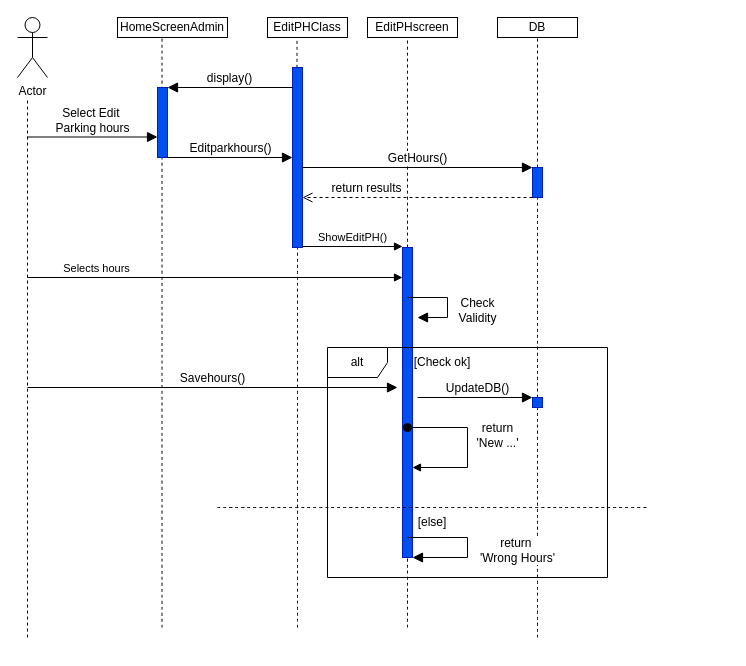
This is SEQUENCE/Edit Parking hours sequence.drawio from EliasPapagelis/Smart-Park-TL, a draw.io file, before an edit. Source tidied: cells renumbered, new cells numbered last; positions are measured from the earlier drawing's top-left corner, leaving out a move shared by most shapes. Both pictures are drawn from the tidied source at 100%, with x=0, y=0 at pixel (17, 17).
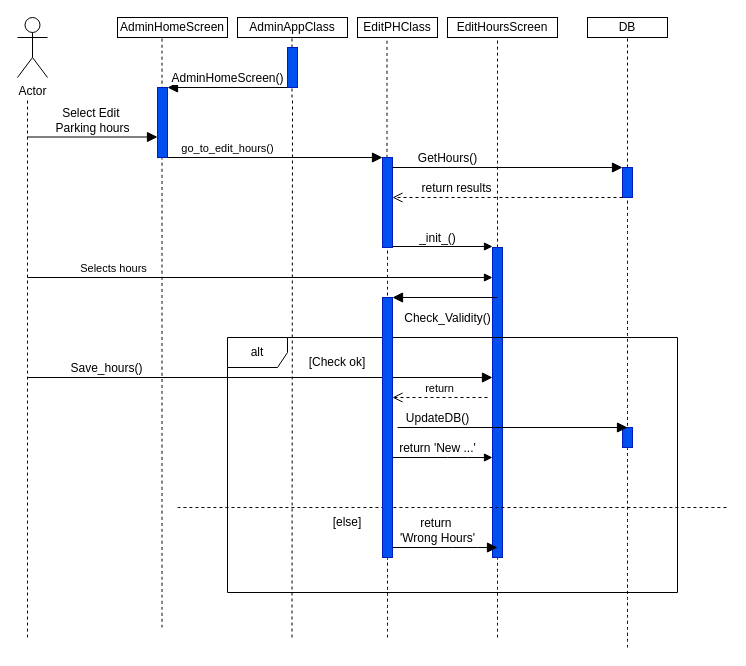
The same diagram, later.

Commit message (it also covers changes not shown here):
prwtes allages sequence

What changed in the source:
```diff
@@
-    <mxCell id="3" value="HomeScreenAdmin" style="rounded=0;whiteSpace=wrap;html=1;" parent="1" vertex="1">
+    <mxCell id="3" value="AdminHomeScreen" style="rounded=0;whiteSpace=wrap;html=1;" parent="1" vertex="1">
       <mxGeometry x="100" width="110" height="20" as="geometry" />
     </mxCell>
     <mxCell id="4" value="EditPHClass" style="rounded=0;whiteSpace=wrap;html=1;" parent="1" vertex="1">
-      <mxGeometry x="250" width="80" height="20" as="geometry" />
+      <mxGeometry x="340" width="80" height="20" as="geometry" />
     </mxCell>
-    <mxCell id="5" value="EditPHscreen" style="rounded=0;whiteSpace=wrap;html=1;" parent="1" vertex="1">
-      <mxGeometry x="350" width="90" height="20" as="geometry" />
+    <mxCell id="5" value="EditHoursScreen" style="rounded=0;whiteSpace=wrap;html=1;" parent="1" vertex="1">
+      <mxGeometry x="430" width="110" height="20" as="geometry" />
     </mxCell>
     <mxCell id="6" value="DB" style="rounded=0;whiteSpace=wrap;html=1;" parent="1" vertex="1">
-      <mxGeometry x="480" width="80" height="20" as="geometry" />
+      <mxGeometry x="570" width="80" height="20" as="geometry" />
     </mxCell>
@@
     <mxCell id="8" style="endArrow=none;dashed=1;html=1;rounded=0;fontSize=12;startSize=8;endSize=8;curved=1;" parent="1" edge="1" source="20">
       <mxGeometry relative="1" as="geometry">
-        <mxPoint x="520" y="20" as="targetPoint" />
+        <mxPoint x="610" y="20" as="targetPoint" />
       </mxGeometry>
     </mxCell>
     <mxCell id="9" style="endArrow=none;dashed=1;html=1;rounded=0;fontSize=12;startSize=8;endSize=8;curved=1;" parent="1" edge="1" source="24">
       <mxGeometry relative="1" as="geometry">
-        <mxPoint x="390" y="20" as="targetPoint" />
+        <mxPoint x="480" y="20" as="targetPoint" />
       </mxGeometry>
     </mxCell>
     <mxCell id="10" style="endArrow=none;dashed=1;html=1;rounded=0;fontSize=12;startSize=8;endSize=8;curved=1;" parent="1" edge="1" source="16">
       <mxGeometry relative="1" as="geometry">
-        <mxPoint x="279.5" y="20" as="targetPoint" />
+        <mxPoint x="369.5" y="20" as="targetPoint" />
       </mxGeometry>
     </mxCell>
@@
     <mxCell id="15" style="endArrow=none;dashed=1;html=1;rounded=0;fontSize=12;startSize=8;endSize=8;curved=1;" parent="1" edge="1" target="16">
       <mxGeometry relative="1" as="geometry">
-        <mxPoint x="280" y="610" as="sourcePoint" />
+        <mxPoint x="370" y="620" as="sourcePoint" />
       </mxGeometry>
     </mxCell>
     <mxCell id="16" style="html=1;points=[[0,0,0,0,5],[0,1,0,0,-5],[1,0,0,0,5],[1,1,0,0,-5]];perimeter=orthogonalPerimeter;outlineConnect=0;targetShapes=umlLifeline;portConstraint=eastwest;newEdgeStyle={&quot;curved&quot;:0,&quot;rounded&quot;:0};fillColor=#0050ef;fontColor=#ffffff;strokeColor=#001DBC;" parent="1" vertex="1">
-      <mxGeometry x="275" y="50" width="10" height="180" as="geometry" />
+      <mxGeometry x="365" y="140" width="10" height="90" as="geometry" />
     </mxCell>
-    <mxCell id="17" value="display()" style="html=1;verticalAlign=bottom;endArrow=block;curved=0;rounded=0;fontSize=12;startSize=8;endSize=8;" parent="1" edge="1">
+    <mxCell id="17" value="AdminHomeScreen()" style="html=1;verticalAlign=bottom;endArrow=block;curved=0;rounded=0;fontSize=12;startSize=8;endSize=8;" parent="1" edge="1" source="41">
       <mxGeometry relative="1" as="geometry">
-        <mxPoint x="275" y="70" as="sourcePoint" />
         <mxPoint x="150" y="70" as="targetPoint" />
       </mxGeometry>
     </mxCell>
     <mxCell id="18" value="GetHours()" style="html=1;verticalAlign=bottom;endArrow=block;curved=0;rounded=0;fontSize=12;startSize=8;endSize=8;" parent="1" edge="1" target="20">
-      <mxGeometry relative="1" as="geometry">
-        <mxPoint x="285" y="150" as="sourcePoint" />
+      <mxGeometry x="-0.52" relative="1" as="geometry">
+        <mxPoint x="375" y="150" as="sourcePoint" />
       </mxGeometry>
     </mxCell>
     <mxCell id="19" style="endArrow=none;dashed=1;html=1;rounded=0;fontSize=12;startSize=8;endSize=8;curved=1;" parent="1" edge="1" target="20">
       <mxGeometry relative="1" as="geometry">
-        <mxPoint x="520" y="620" as="sourcePoint" />
+        <mxPoint x="610" y="630" as="sourcePoint" />
       </mxGeometry>
     </mxCell>
     <mxCell id="20" style="html=1;points=[[0,0,0,0,5],[0,1,0,0,-5],[1,0,0,0,5],[1,1,0,0,-5]];perimeter=orthogonalPerimeter;outlineConnect=0;targetShapes=umlLifeline;portConstraint=eastwest;newEdgeStyle={&quot;curved&quot;:0,&quot;rounded&quot;:0};fillColor=#0050ef;fontColor=#ffffff;strokeColor=#001DBC;" parent="1" vertex="1">
-      <mxGeometry x="515" y="150" width="10" height="30" as="geometry" />
+      <mxGeometry x="605" y="150" width="10" height="30" as="geometry" />
     </mxCell>
-    <mxCell id="21" value="Editparkhours()" style="html=1;verticalAlign=bottom;endArrow=block;curved=0;rounded=0;fontSize=12;startSize=8;endSize=8;" parent="1" edge="1" target="16">
-      <mxGeometry relative="1" as="geometry">
+    <mxCell id="21" value="_init_()" style="html=1;verticalAlign=bottom;endArrow=block;curved=0;rounded=0;fontSize=12;startSize=8;endSize=8;" parent="1" edge="1" target="16">
+      <mxGeometry x="1" y="-105" relative="1" as="geometry">
         <mxPoint x="150" y="140" as="sourcePoint" />
+        <mxPoint x="55" y="-15" as="offset" />
       </mxGeometry>
     </mxCell>
     <mxCell id="22" value="return results" style="html=1;verticalAlign=bottom;endArrow=open;dashed=1;endSize=8;curved=0;rounded=0;fontSize=12;exitX=0;exitY=1;exitDx=0;exitDy=0;exitPerimeter=0;" parent="1" edge="1" source="20">
       <mxGeometry x="0.44" relative="1" as="geometry">
-        <mxPoint x="285" y="180" as="targetPoint" />
+        <mxPoint x="375" y="180" as="targetPoint" />
       </mxGeometry>
     </mxCell>
     <mxCell id="23" style="endArrow=none;dashed=1;html=1;rounded=0;fontSize=12;startSize=8;endSize=8;curved=1;" parent="1" edge="1" target="24">
       <mxGeometry relative="1" as="geometry">
-        <mxPoint x="390" y="610" as="sourcePoint" />
+        <mxPoint x="480" y="620" as="sourcePoint" />
       </mxGeometry>
     </mxCell>
     <mxCell id="24" style="html=1;points=[[0,0,0,0,5],[0,1,0,0,-5],[1,0,0,0,5],[1,1,0,0,-5]];perimeter=orthogonalPerimeter;outlineConnect=0;targetShapes=umlLifeline;portConstraint=eastwest;newEdgeStyle={&quot;curved&quot;:0,&quot;rounded&quot;:0};fillColor=#0050ef;fontColor=#ffffff;strokeColor=#001DBC;" parent="1" vertex="1">
-      <mxGeometry x="385" y="230" width="10" height="310" as="geometry" />
+      <mxGeometry x="475" y="230" width="10" height="310" as="geometry" />
     </mxCell>
-    <mxCell id="25" value="ShowEditPH()" style="html=1;verticalAlign=bottom;endArrow=block;curved=0;rounded=0;" parent="1" edge="1">
-      <mxGeometry relative="1" as="geometry">
-        <mxPoint x="285" y="229" as="sourcePoint" />
-        <mxPoint x="385" y="229" as="targetPoint" />
+    <mxCell id="25" value="go_to_edit_hours()" style="html=1;verticalAlign=bottom;endArrow=block;curved=0;rounded=0;" parent="1" edge="1">
+      <mxGeometry x="-1" y="187" relative="1" as="geometry">
+        <mxPoint x="375" y="229" as="sourcePoint" />
+        <mxPoint x="475" y="229" as="targetPoint" />
+        <mxPoint x="-165" y="98" as="offset" />
       </mxGeometry>
     </mxCell>
@@
-    <mxCell id="27" value="Check&lt;div&gt;Validity&lt;/div&gt;" style="html=1;verticalAlign=bottom;endArrow=block;curved=0;rounded=0;fontSize=12;startSize=8;endSize=8;" parent="1" edge="1">
-      <mxGeometry x="0.33" y="32" relative="1" as="geometry">
-        <mxPoint x="390" y="280" as="sourcePoint" />
-        <mxPoint x="400" y="300" as="targetPoint" />
-        <Array as="points">
-          <mxPoint x="430" y="280" />
-          <mxPoint x="430" y="300" />
-        </Array>
-        <mxPoint x="30" y="-22" as="offset" />
+    <mxCell id="27" value="Check_&lt;span style=&quot;background-color: light-dark(#ffffff, var(--ge-dark-color, #121212)); color: light-dark(rgb(0, 0, 0), rgb(255, 255, 255));&quot;&gt;Validity()&lt;/span&gt;" style="html=1;verticalAlign=bottom;endArrow=block;curved=0;rounded=0;fontSize=12;startSize=8;endSize=8;" parent="1" edge="1" target="42">
+      <mxGeometry x="-0.05" y="30" relative="1" as="geometry">
+        <mxPoint x="480" y="280" as="sourcePoint" />
       </mxGeometry>
     </mxCell>
     <mxCell id="28" value="alt" style="shape=umlFrame;whiteSpace=wrap;html=1;" parent="1" vertex="1">
-      <mxGeometry x="310" y="330" width="280" height="230" as="geometry" />
+      <mxGeometry x="210" y="320" width="450" height="255" as="geometry" />
     </mxCell>
     <mxCell id="29" value="[Check ok]" style="text;html=1;align=center;verticalAlign=middle;whiteSpace=wrap;rounded=0;" parent="1" vertex="1">
-      <mxGeometry x="395" y="330" width="60" height="30" as="geometry" />
+      <mxGeometry x="290" y="330" width="60" height="30" as="geometry" />
     </mxCell>
     <mxCell id="30" style="html=1;points=[[0,0,0,0,5],[0,1,0,0,-5],[1,0,0,0,5],[1,1,0,0,-5]];perimeter=orthogonalPerimeter;outlineConnect=0;targetShapes=umlLifeline;portConstraint=eastwest;newEdgeStyle={&quot;curved&quot;:0,&quot;rounded&quot;:0};fillColor=#0050ef;fontColor=#ffffff;strokeColor=#001DBC;" parent="1" vertex="1">
-      <mxGeometry x="515" y="380" width="10" height="10" as="geometry" />
+      <mxGeometry x="605" y="410" width="10" height="20" as="geometry" />
     </mxCell>
-    <mxCell id="31" value="UpdateDB()" style="html=1;verticalAlign=bottom;endArrow=block;curved=0;rounded=0;fontSize=12;startSize=8;endSize=8;" parent="1" edge="1" target="30">
-      <mxGeometry x="0.04" relative="1" as="geometry">
-        <mxPoint x="400" y="380" as="sourcePoint" />
+    <mxCell id="31" value="UpdateDB()" style="html=1;verticalAlign=bottom;endArrow=block;curved=0;rounded=0;fontSize=12;startSize=8;endSize=8;" parent="1" edge="1">
+      <mxGeometry x="-0.65" relative="1" as="geometry">
+        <mxPoint x="380" y="410" as="sourcePoint" />
+        <mxPoint x="610" y="410" as="targetPoint" />
       </mxGeometry>
     </mxCell>
-    <mxCell id="32" value="return&lt;div&gt;'New ...'&lt;/div&gt;" style="html=1;verticalAlign=bottom;startArrow=oval;startFill=1;endArrow=block;startSize=8;curved=0;rounded=0;fontSize=12;" parent="1" edge="1" target="24">
-      <mxGeometry x="0.1" y="30" relative="1" as="geometry">
-        <mxPoint x="390" y="410" as="sourcePoint" />
+    <mxCell id="32" value="return&amp;nbsp;&lt;span style=&quot;background-color: light-dark(#ffffff, var(--ge-dark-color, #121212)); color: light-dark(rgb(0, 0, 0), rgb(255, 255, 255));&quot;&gt;'New ...'&lt;/span&gt;" style="html=1;verticalAlign=bottom;startArrow=oval;startFill=1;endArrow=block;startSize=8;curved=0;rounded=0;fontSize=12;" parent="1" edge="1">
+      <mxGeometry x="-0.05" relative="1" as="geometry">
+        <mxPoint x="370" y="440" as="sourcePoint" />
+        <mxPoint x="475" y="440" as="targetPoint" />
         <Array as="points">
-          <mxPoint x="450" y="410" />
-          <mxPoint x="450" y="450" />
+          <mxPoint x="430" y="440" />
+          <mxPoint x="450" y="440" />
         </Array>
       </mxGeometry>
     </mxCell>
     <mxCell id="33" style="endArrow=none;dashed=1;html=1;rounded=0;fontSize=12;startSize=8;endSize=8;curved=1;" parent="1" edge="1">
       <mxGeometry relative="1" as="geometry">
-        <mxPoint x="200" y="490" as="sourcePoint" />
-        <mxPoint x="630" y="490" as="targetPoint" />
+        <mxPoint x="160" y="490" as="sourcePoint" />
+        <mxPoint x="710" y="490" as="targetPoint" />
       </mxGeometry>
     </mxCell>
-    <mxCell id="34" value="return&amp;nbsp;&lt;div&gt;'Wrong Hours'&lt;/div&gt;" style="html=1;verticalAlign=bottom;endArrow=block;curved=0;rounded=0;fontSize=12;startSize=8;endSize=8;" parent="1" edge="1" target="24">
-      <mxGeometry x="0.19" y="51" relative="1" as="geometry">
-        <mxPoint x="390" y="520" as="sourcePoint" />
+    <mxCell id="34" value="return&amp;nbsp;&lt;div&gt;'Wrong Hours'&lt;/div&gt;" style="html=1;verticalAlign=bottom;endArrow=block;curved=0;rounded=0;fontSize=12;startSize=8;endSize=8;" parent="1" edge="1">
+      <mxGeometry x="-0.14" relative="1" as="geometry">
+        <mxPoint x="375" y="530" as="sourcePoint" />
+        <mxPoint x="480" y="530" as="targetPoint" />
         <Array as="points">
-          <mxPoint x="450" y="520" />
-          <mxPoint x="450" y="540" />
+          <mxPoint x="435" y="530" />
+          <mxPoint x="460" y="530" />
         </Array>
-        <mxPoint x="50" y="-41" as="offset" />
       </mxGeometry>
     </mxCell>
     <mxCell id="35" value="[else]" style="text;html=1;align=center;verticalAlign=middle;whiteSpace=wrap;rounded=0;" parent="1" vertex="1">
-      <mxGeometry x="385" y="490" width="60" height="30" as="geometry" />
+      <mxGeometry x="300" y="490" width="60" height="30" as="geometry" />
     </mxCell>
-    <mxCell id="36" value="Savehours()" style="html=1;verticalAlign=bottom;endArrow=block;curved=0;rounded=0;fontSize=12;startSize=8;endSize=8;" parent="1" edge="1">
-      <mxGeometry relative="1" as="geometry">
-        <mxPoint x="10" y="370" as="sourcePoint" />
-        <mxPoint x="380" y="370" as="targetPoint" />
+    <mxCell id="36" value="Save_hours()" style="html=1;verticalAlign=bottom;endArrow=block;curved=0;rounded=0;fontSize=12;startSize=8;endSize=8;" parent="1" edge="1">
+      <mxGeometry x="-0.66" relative="1" as="geometry">
+        <mxPoint x="10" y="360" as="sourcePoint" />
+        <mxPoint x="475" y="360" as="targetPoint" />
       </mxGeometry>
     </mxCell>
+    <mxCell id="37" value="AdminAppClass" style="whiteSpace=wrap;html=1;" parent="1" vertex="1">
+      <mxGeometry x="220" width="110" height="20" as="geometry" />
+    </mxCell>
+    <mxCell id="38" style="endArrow=none;dashed=1;html=1;rounded=0;" parent="1" edge="1" source="41">
+      <mxGeometry relative="1" as="geometry">
+        <mxPoint x="274.5" y="20" as="targetPoint" />
+      </mxGeometry>
+    </mxCell>
+    <mxCell id="39" style="endArrow=none;dashed=1;html=1;rounded=0;" parent="1" edge="1">
+      <mxGeometry relative="1" as="geometry">
+        <mxPoint x="274.5" y="620" as="sourcePoint" />
+        <mxPoint x="275" y="80" as="targetPoint" />
+      </mxGeometry>
+    </mxCell>
+    <mxCell id="40" style="endArrow=none;dashed=1;html=1;rounded=0;" parent="1" edge="1" target="41">
+      <mxGeometry relative="1" as="geometry">
+        <mxPoint x="274.5" y="80" as="sourcePoint" />
+      </mxGeometry>
+    </mxCell>
+    <mxCell id="41" style="html=1;points=[[0,0,0,0,5],[0,1,0,0,-5],[1,0,0,0,5],[1,1,0,0,-5]];perimeter=orthogonalPerimeter;outlineConnect=0;targetShapes=umlLifeline;portConstraint=eastwest;newEdgeStyle={&quot;curved&quot;:0,&quot;rounded&quot;:0};fillColor=#0050ef;fontColor=#ffffff;strokeColor=#001DBC;" parent="1" vertex="1">
+      <mxGeometry x="270" y="30" width="10" height="40" as="geometry" />
+    </mxCell>
+    <mxCell id="42" style="html=1;points=[[0,0,0,0,5],[0,1,0,0,-5],[1,0,0,0,5],[1,1,0,0,-5]];perimeter=orthogonalPerimeter;outlineConnect=0;targetShapes=umlLifeline;portConstraint=eastwest;newEdgeStyle={&quot;curved&quot;:0,&quot;rounded&quot;:0};fillColor=#0050ef;fontColor=#ffffff;strokeColor=#001DBC;" parent="1" vertex="1">
+      <mxGeometry x="365" y="280" width="10" height="260" as="geometry" />
+    </mxCell>
+    <mxCell id="43" value="return" style="html=1;verticalAlign=bottom;endArrow=open;dashed=1;endSize=8;curved=0;rounded=0;" parent="1" edge="1" target="42">
+      <mxGeometry relative="1" as="geometry">
+        <mxPoint x="470" y="380" as="sourcePoint" />
+      </mxGeometry>
+    </mxCell>
```
